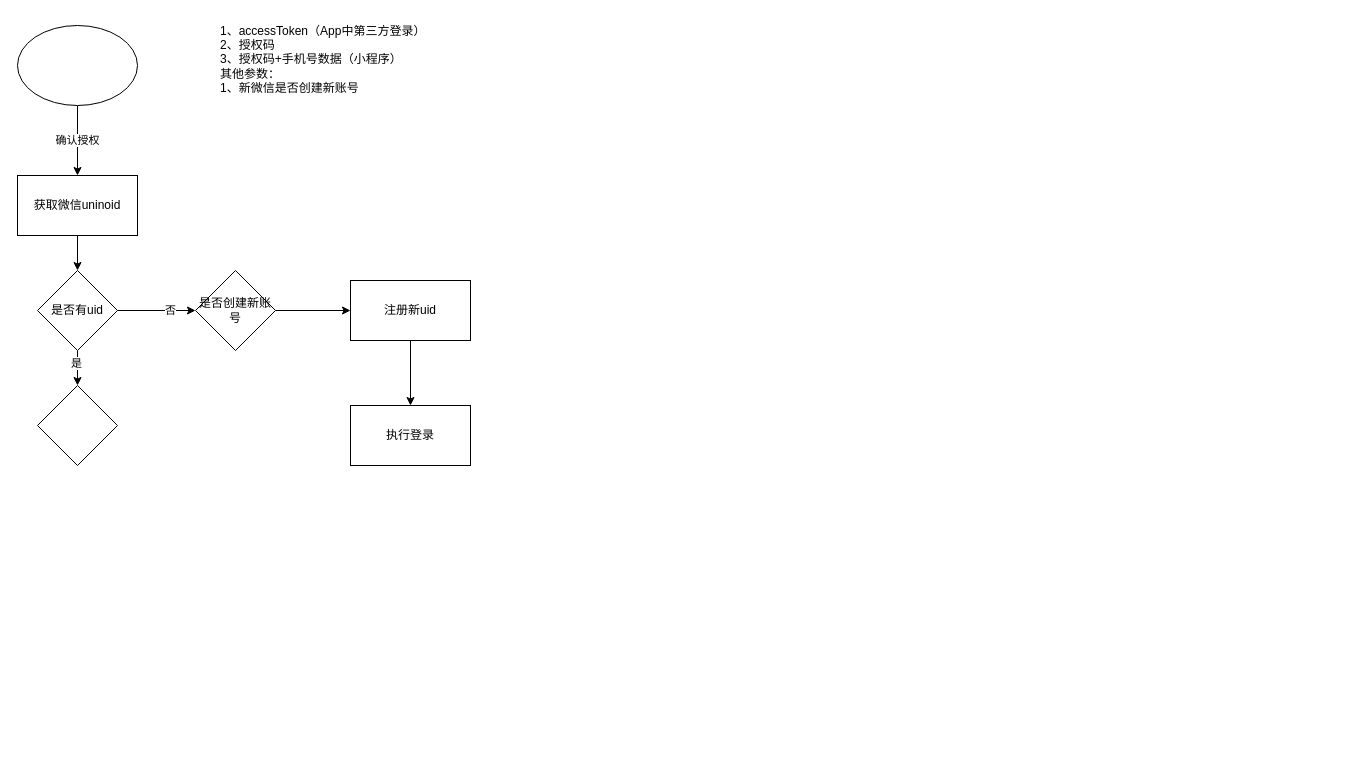
Above: page "账号合并-登录流程" (5 of 5) of test.drawio in joeytang/imgs (draw.io), before the change. Source tidied: cells renumbered, new cells numbered last; positions are measured from the earlier drawing's top-left corner, leaving out a move shared by most shapes. Both pictures are drawn from the tidied source at 100%, with x=0, y=0 at pixel (17, 17).
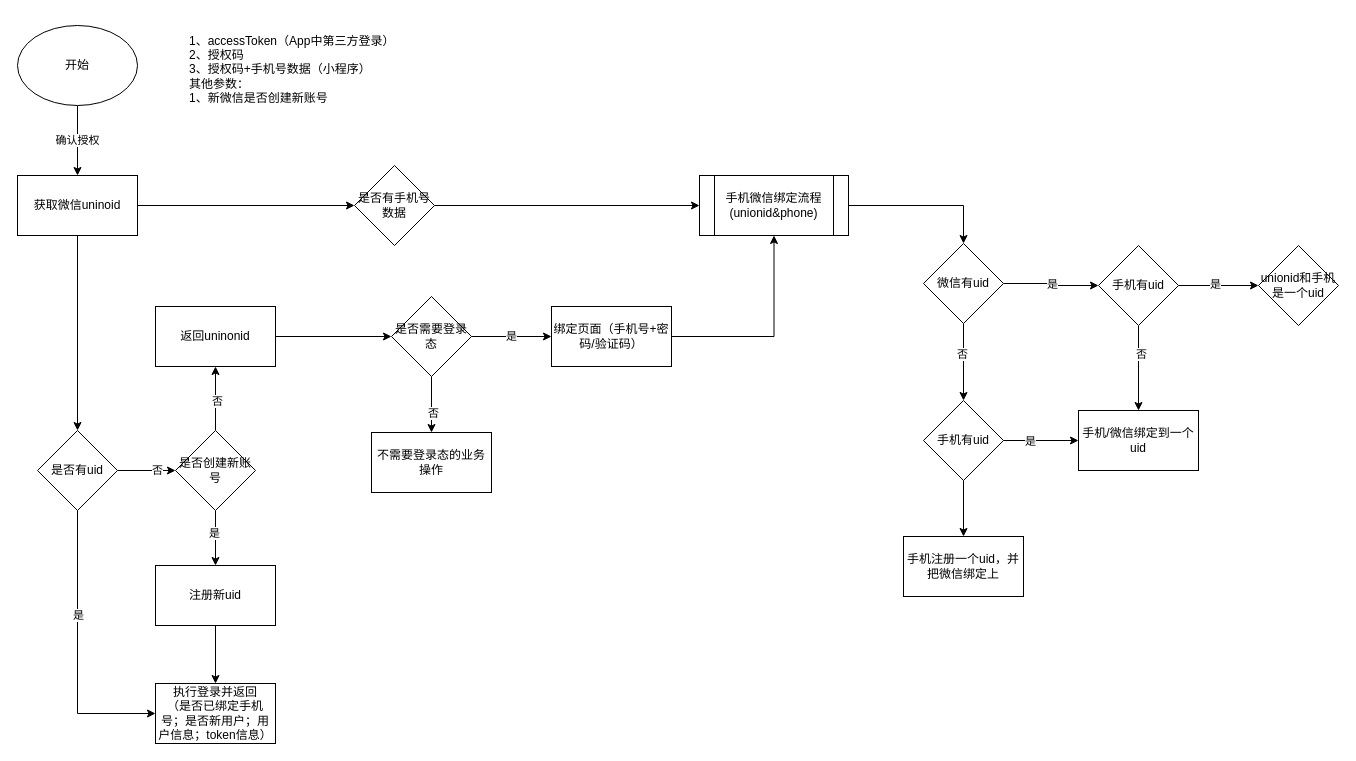
The same page after the edit.

The change refers to these unchanged cells:
```xml
<mxCell id="5" value="获取微信uninoid" style="rounded=0;whiteSpace=wrap;html=1;" parent="1" vertex="1">
  <mxGeometry y="158" width="120" height="60" as="geometry" />
</mxCell>
<mxCell id="12" style="edgeStyle=orthogonalEdgeStyle;rounded=0;jettySize=auto;html=1;" parent="1" edge="1" source="13" target="17">
  <mxGeometry relative="1" as="geometry" />
</mxCell>
```

Change to the diagram source:
```diff
@@
-    <mxCell id="3" style="ellipse;whiteSpace=wrap;html=1;" parent="1" vertex="1">
+    <mxCell id="3" value="开始" style="ellipse;whiteSpace=wrap;html=1;" parent="1" vertex="1">
       <mxGeometry y="8" width="120" height="80" as="geometry" />
     </mxCell>
@@
+    <mxCell id="18" style="edgeStyle=orthogonalEdgeStyle;rounded=0;jettySize=auto;html=1;" parent="1" edge="1" source="5" target="25">
+      <mxGeometry relative="1" as="geometry" />
+    </mxCell>
@@
     <mxCell id="6" value="1、accessToken（App中第三方登录）&lt;br&gt;2、授权码&lt;br&gt;3、授权码+手机号数据（小程序）&lt;br&gt;其他参数：&lt;br&gt;1、新微信是否创建新账号" style="text;html=1;strokeColor=none;fillColor=none;align=left;verticalAlign=middle;whiteSpace=wrap;rounded=0;" parent="1" vertex="1">
-      <mxGeometry x="201" width="233" height="83" as="geometry" />
+      <mxGeometry x="170" y="10" width="233" height="83" as="geometry" />
     </mxCell>
@@
-    <mxCell id="9" style="edgeStyle=orthogonalEdgeStyle;rounded=0;jettySize=auto;html=1;" parent="1" edge="1" source="11" target="14">
-      <mxGeometry relative="1" as="geometry" />
-    </mxCell>
-    <mxCell id="10" value="是" style="edgeLabel;html=1;align=center;verticalAlign=middle;" parent="9" vertex="1">
-      <mxGeometry x="0.11" y="4" relative="1" as="geometry">
-        <mxPoint x="-6" y="-3" as="offset" />
-      </mxGeometry>
-    </mxCell>
     <mxCell id="11" value="是否有uid" style="rhombus;whiteSpace=wrap;html=1;align=center;" parent="1" vertex="1">
-      <mxGeometry x="20" y="253" width="80" height="80" as="geometry" />
+      <mxGeometry x="20" y="413" width="80" height="80" as="geometry" />
     </mxCell>
@@
+    <mxCell id="19" value="是" style="edgeLabel;html=1;align=center;verticalAlign=middle;" parent="12" vertex="1">
+      <mxGeometry x="-0.2" y="-2" relative="1" as="geometry" />
+    </mxCell>
+    <mxCell id="20" style="edgeStyle=orthogonalEdgeStyle;rounded=0;jettySize=auto;html=1;" parent="1" edge="1" source="13" target="27">
+      <mxGeometry relative="1" as="geometry" />
+    </mxCell>
+    <mxCell id="21" value="否" style="edgeLabel;html=1;align=center;verticalAlign=middle;" parent="20" vertex="1">
+      <mxGeometry x="-0.05" y="-1" relative="1" as="geometry" />
+    </mxCell>
     <mxCell id="13" value="是否创建新账号" style="rhombus;whiteSpace=wrap;html=1;align=center;" parent="1" vertex="1">
-      <mxGeometry x="178" y="253" width="80" height="80" as="geometry" />
+      <mxGeometry x="158" y="413" width="80" height="80" as="geometry" />
     </mxCell>
-    <mxCell id="14" style="rhombus;whiteSpace=wrap;html=1;align=center;" parent="1" vertex="1">
-      <mxGeometry x="20" y="368" width="80" height="80" as="geometry" />
-    </mxCell>
+    <mxCell id="22" style="edgeStyle=orthogonalEdgeStyle;rounded=0;jettySize=auto;html=1;exitX=0.5;exitY=1;exitDx=0;exitDy=0;entryX=0;entryY=0.5;entryDx=0;entryDy=0;" parent="1" edge="1" source="11" target="15">
+      <mxGeometry relative="1" as="geometry" />
+    </mxCell>
+    <mxCell id="23" value="是" style="edgeLabel;html=1;align=center;verticalAlign=middle;" parent="22" vertex="1">
+      <mxGeometry x="-0.26" relative="1" as="geometry" />
+    </mxCell>
-    <mxCell id="15" value="执行登录" style="rounded=0;whiteSpace=wrap;html=1;align=center;" parent="1" vertex="1">
-      <mxGeometry x="333" y="388" width="120" height="60" as="geometry" />
+    <mxCell id="15" value="执行登录并返回&lt;br&gt;（是否已绑定手机号；是否新用户；用户信息；token信息）" style="rounded=0;whiteSpace=wrap;html=1;align=center;" parent="1" vertex="1">
+      <mxGeometry x="138" y="666" width="120" height="60" as="geometry" />
     </mxCell>
@@
     <mxCell id="17" value="注册新uid" style="rounded=0;whiteSpace=wrap;html=1;align=center;" parent="1" vertex="1">
-      <mxGeometry x="333" y="263" width="120" height="60" as="geometry" />
+      <mxGeometry x="138" y="548" width="120" height="60" as="geometry" />
     </mxCell>
+    <mxCell id="24" style="edgeStyle=orthogonalEdgeStyle;rounded=0;jettySize=auto;html=1;" parent="1" edge="1" source="25" target="53">
+      <mxGeometry relative="1" as="geometry" />
+    </mxCell>
+    <mxCell id="25" value="是否有手机号数据" style="rhombus;whiteSpace=wrap;html=1;align=center;" parent="1" vertex="1">
+      <mxGeometry x="337" y="148" width="80" height="80" as="geometry" />
+    </mxCell>
+    <mxCell id="26" style="edgeStyle=orthogonalEdgeStyle;rounded=0;jettySize=auto;html=1;" parent="1" edge="1" source="27" target="32">
+      <mxGeometry relative="1" as="geometry" />
+    </mxCell>
+    <mxCell id="27" value="返回uninonid" style="rounded=0;whiteSpace=wrap;html=1;align=center;" parent="1" vertex="1">
+      <mxGeometry x="138" y="289" width="120" height="60" as="geometry" />
+    </mxCell>
+    <mxCell id="28" value="不需要登录态的业务操作" style="rounded=0;whiteSpace=wrap;html=1;align=center;" parent="1" vertex="1">
+      <mxGeometry x="354" y="415" width="120" height="60" as="geometry" />
+    </mxCell>
+    <mxCell id="29" style="edgeStyle=orthogonalEdgeStyle;rounded=0;jettySize=auto;html=1;" parent="1" edge="1" source="32" target="28">
+      <mxGeometry relative="1" as="geometry" />
+    </mxCell>
+    <mxCell id="30" value="否" style="edgeLabel;html=1;align=center;verticalAlign=middle;" parent="29" vertex="1">
+      <mxGeometry x="0.29" y="1" relative="1" as="geometry" />
+    </mxCell>
+    <mxCell id="31" value="是" style="edgeStyle=orthogonalEdgeStyle;rounded=0;jettySize=auto;html=1;" parent="1" edge="1" source="32" target="34">
+      <mxGeometry relative="1" as="geometry" />
+    </mxCell>
+    <mxCell id="32" value="是否需要登录态" style="rhombus;whiteSpace=wrap;html=1;align=center;" parent="1" vertex="1">
+      <mxGeometry x="374" y="279" width="80" height="80" as="geometry" />
+    </mxCell>
+    <mxCell id="33" style="edgeStyle=orthogonalEdgeStyle;rounded=0;jettySize=auto;html=1;" parent="1" edge="1" source="34" target="53">
+      <mxGeometry relative="1" as="geometry" />
+    </mxCell>
+    <mxCell id="34" value="绑定页面（手机号+密码/验证码）" style="rounded=0;whiteSpace=wrap;html=1;align=center;" parent="1" vertex="1">
+      <mxGeometry x="534" y="289" width="120" height="60" as="geometry" />
+    </mxCell>
+    <mxCell id="35" style="edgeStyle=orthogonalEdgeStyle;rounded=0;jettySize=auto;html=1;" parent="1" edge="1" source="39" target="44">
+      <mxGeometry relative="1" as="geometry" />
+    </mxCell>
+    <mxCell id="36" value="是" style="edgeLabel;html=1;align=center;verticalAlign=middle;" parent="35" vertex="1">
+      <mxGeometry x="0.03" y="2" relative="1" as="geometry" />
+    </mxCell>
+    <mxCell id="37" style="edgeStyle=orthogonalEdgeStyle;rounded=0;jettySize=auto;html=1;" parent="1" edge="1" source="39" target="49">
+      <mxGeometry relative="1" as="geometry" />
+    </mxCell>
+    <mxCell id="38" value="否" style="edgeLabel;html=1;align=center;verticalAlign=middle;" parent="37" vertex="1">
+      <mxGeometry x="-0.23" y="-2" relative="1" as="geometry" />
+    </mxCell>
+    <mxCell id="39" value="微信有uid" style="rhombus;whiteSpace=wrap;html=1;align=center;" parent="1" vertex="1">
+      <mxGeometry x="906" y="226" width="80" height="80" as="geometry" />
+    </mxCell>
+    <mxCell id="40" style="edgeStyle=orthogonalEdgeStyle;rounded=0;jettySize=auto;html=1;" parent="1" edge="1" source="44" target="50">
+      <mxGeometry relative="1" as="geometry" />
+    </mxCell>
+    <mxCell id="41" value="否" style="edgeLabel;html=1;align=center;verticalAlign=middle;" parent="40" vertex="1">
+      <mxGeometry x="-0.33" y="2" relative="1" as="geometry" />
+    </mxCell>
+    <mxCell id="42" style="edgeStyle=orthogonalEdgeStyle;rounded=0;jettySize=auto;html=1;" parent="1" edge="1" source="44" target="45">
+      <mxGeometry relative="1" as="geometry" />
+    </mxCell>
+    <mxCell id="43" value="是" style="edgeLabel;html=1;align=center;verticalAlign=middle;" parent="42" vertex="1">
+      <mxGeometry x="-0.1" y="2" relative="1" as="geometry" />
+    </mxCell>
+    <mxCell id="44" value="手机有uid" style="rhombus;whiteSpace=wrap;html=1;align=center;" parent="1" vertex="1">
+      <mxGeometry x="1081" y="228" width="80" height="80" as="geometry" />
+    </mxCell>
+    <mxCell id="45" value="unionid和手机是一个uid" style="rhombus;whiteSpace=wrap;html=1;align=center;" parent="1" vertex="1">
+      <mxGeometry x="1241" y="228" width="80" height="80" as="geometry" />
+    </mxCell>
+    <mxCell id="46" style="edgeStyle=orthogonalEdgeStyle;rounded=0;jettySize=auto;html=1;" parent="1" edge="1" source="49" target="50">
+      <mxGeometry relative="1" as="geometry" />
+    </mxCell>
+    <mxCell id="47" value="是" style="edgeLabel;html=1;align=center;verticalAlign=middle;" parent="46" vertex="1">
+      <mxGeometry x="-0.52" y="-2" relative="1" as="geometry">
+        <mxPoint x="8" y="-2" as="offset" />
+      </mxGeometry>
+    </mxCell>
+    <mxCell id="48" style="edgeStyle=orthogonalEdgeStyle;rounded=0;jettySize=auto;html=1;" parent="1" edge="1" source="49" target="51">
+      <mxGeometry relative="1" as="geometry" />
+    </mxCell>
+    <mxCell id="49" value="手机有uid" style="rhombus;whiteSpace=wrap;html=1;align=center;" parent="1" vertex="1">
+      <mxGeometry x="906" y="383" width="80" height="80" as="geometry" />
+    </mxCell>
+    <mxCell id="50" value="手机/微信绑定到一个uid" style="rounded=0;whiteSpace=wrap;html=1;align=center;" parent="1" vertex="1">
+      <mxGeometry x="1061" y="393" width="120" height="60" as="geometry" />
+    </mxCell>
+    <mxCell id="51" value="手机注册一个uid，并把微信绑定上" style="rounded=0;whiteSpace=wrap;html=1;align=center;" parent="1" vertex="1">
+      <mxGeometry x="886" y="519" width="120" height="60" as="geometry" />
+    </mxCell>
+    <mxCell id="52" style="edgeStyle=orthogonalEdgeStyle;rounded=0;jettySize=auto;html=1;" parent="1" edge="1" source="53" target="39">
+      <mxGeometry relative="1" as="geometry" />
+    </mxCell>
+    <mxCell id="53" value="手机微信绑定流程(unionid&amp;amp;phone)" style="shape=process;whiteSpace=wrap;html=1;backgroundOutline=1;align=center;" parent="1" vertex="1">
+      <mxGeometry x="682" y="158" width="149" height="60" as="geometry" />
+    </mxCell>
```
